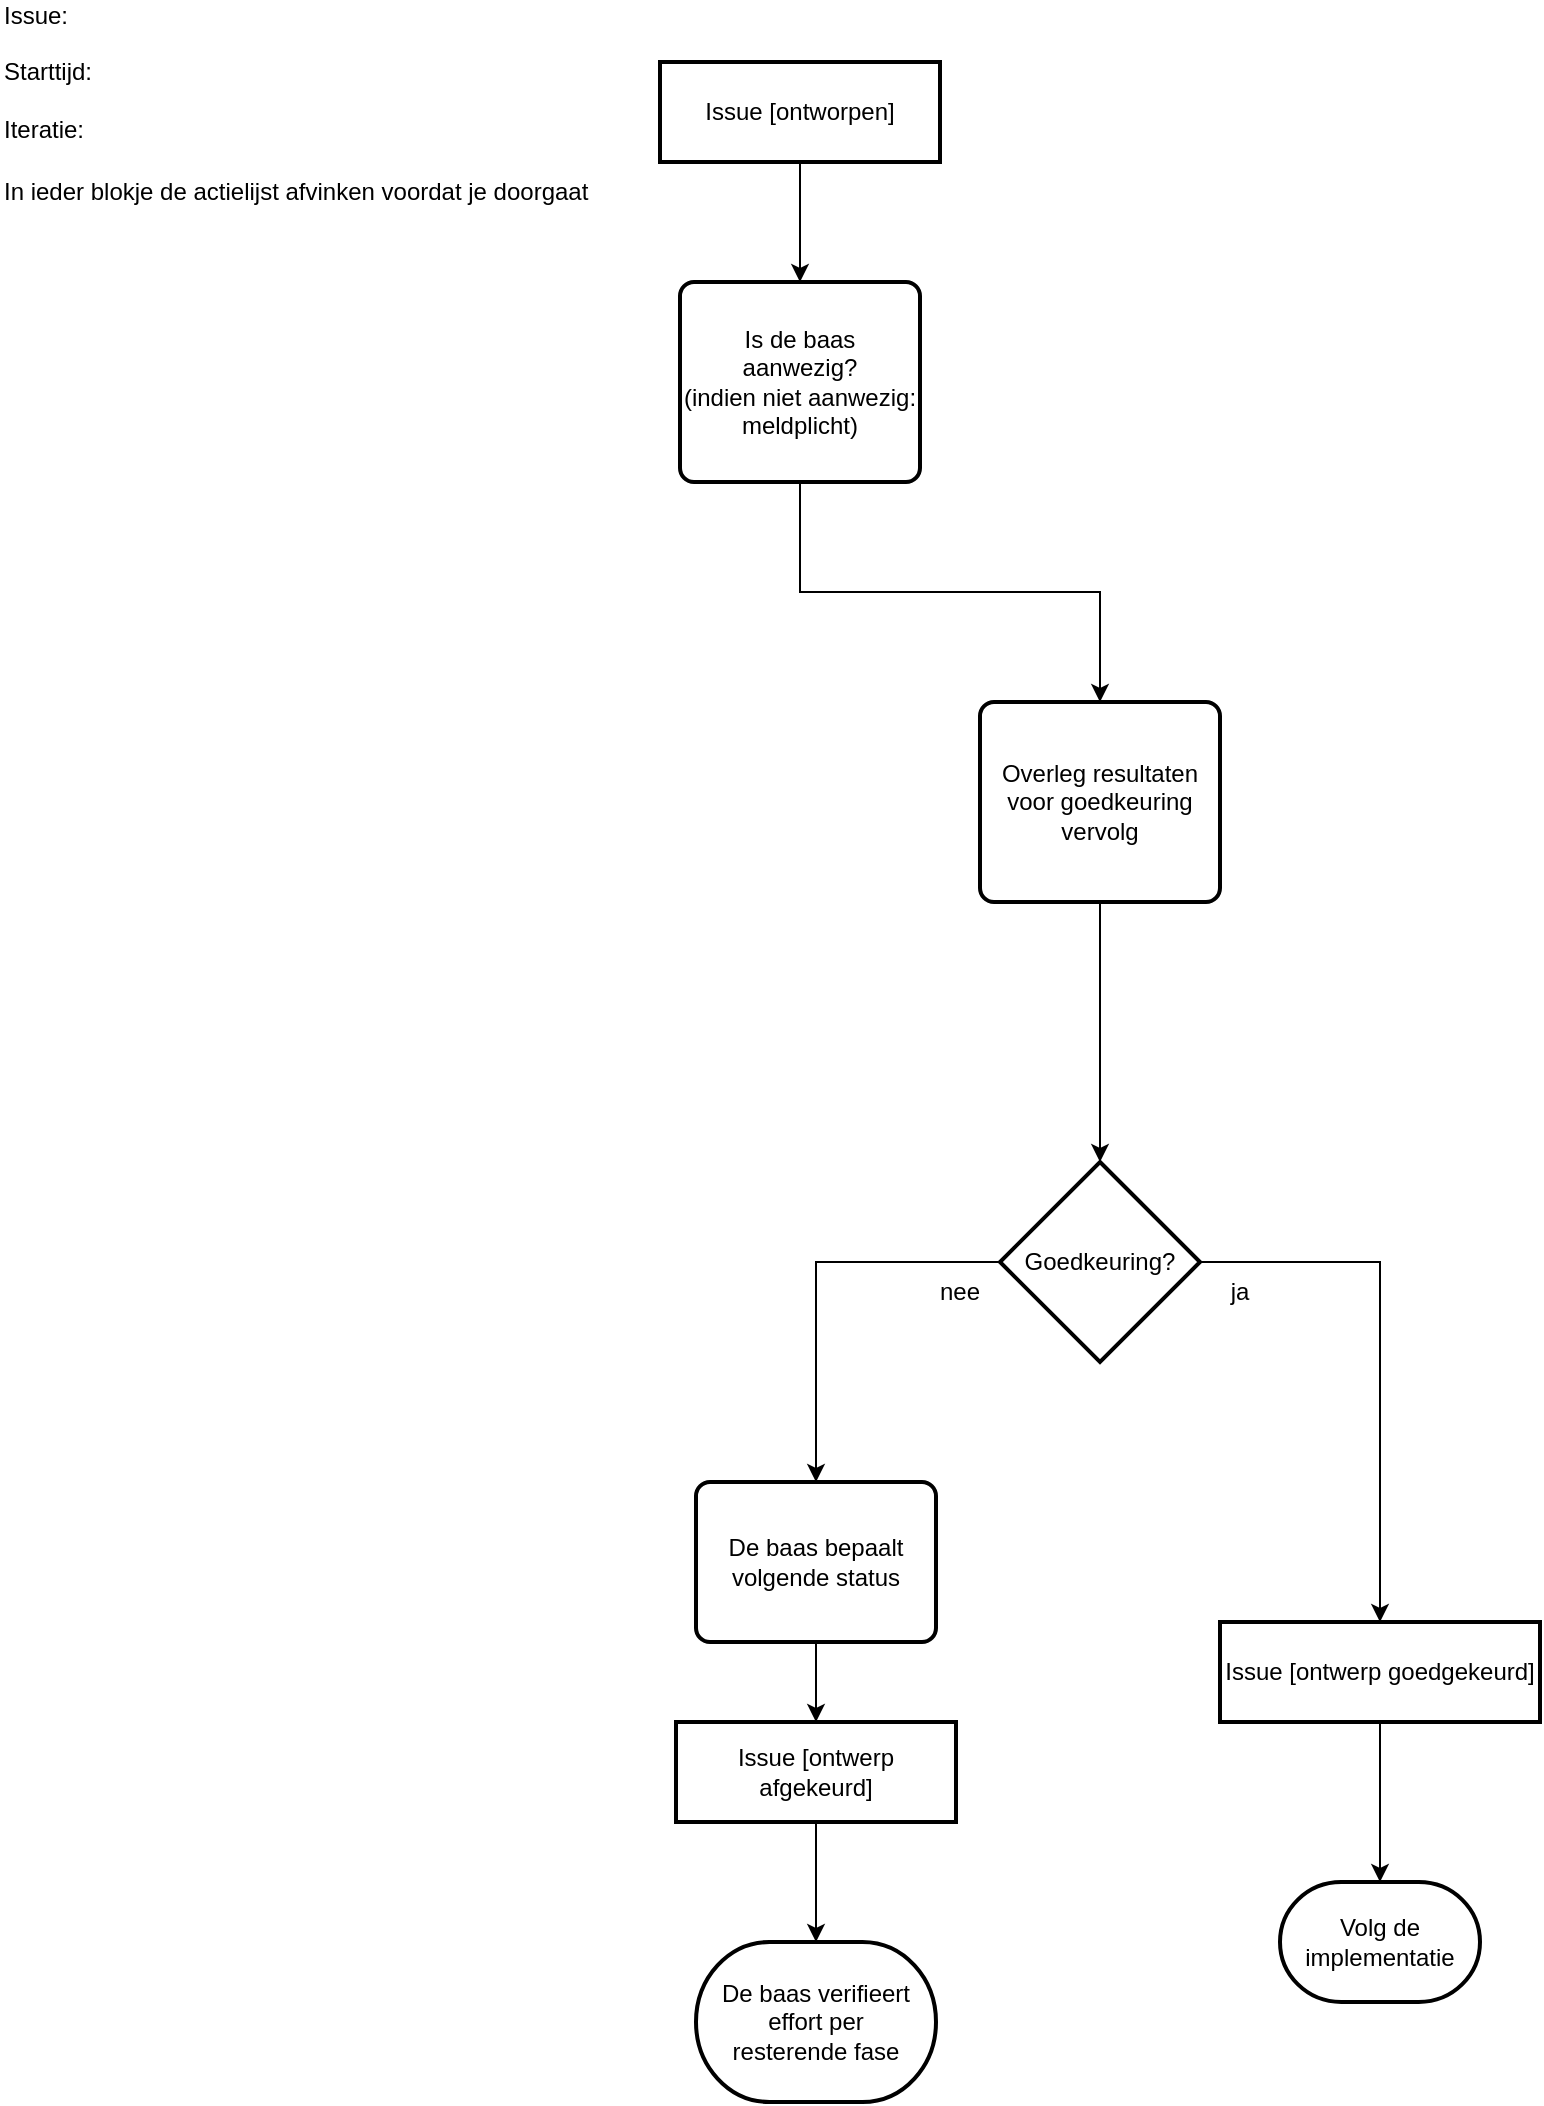
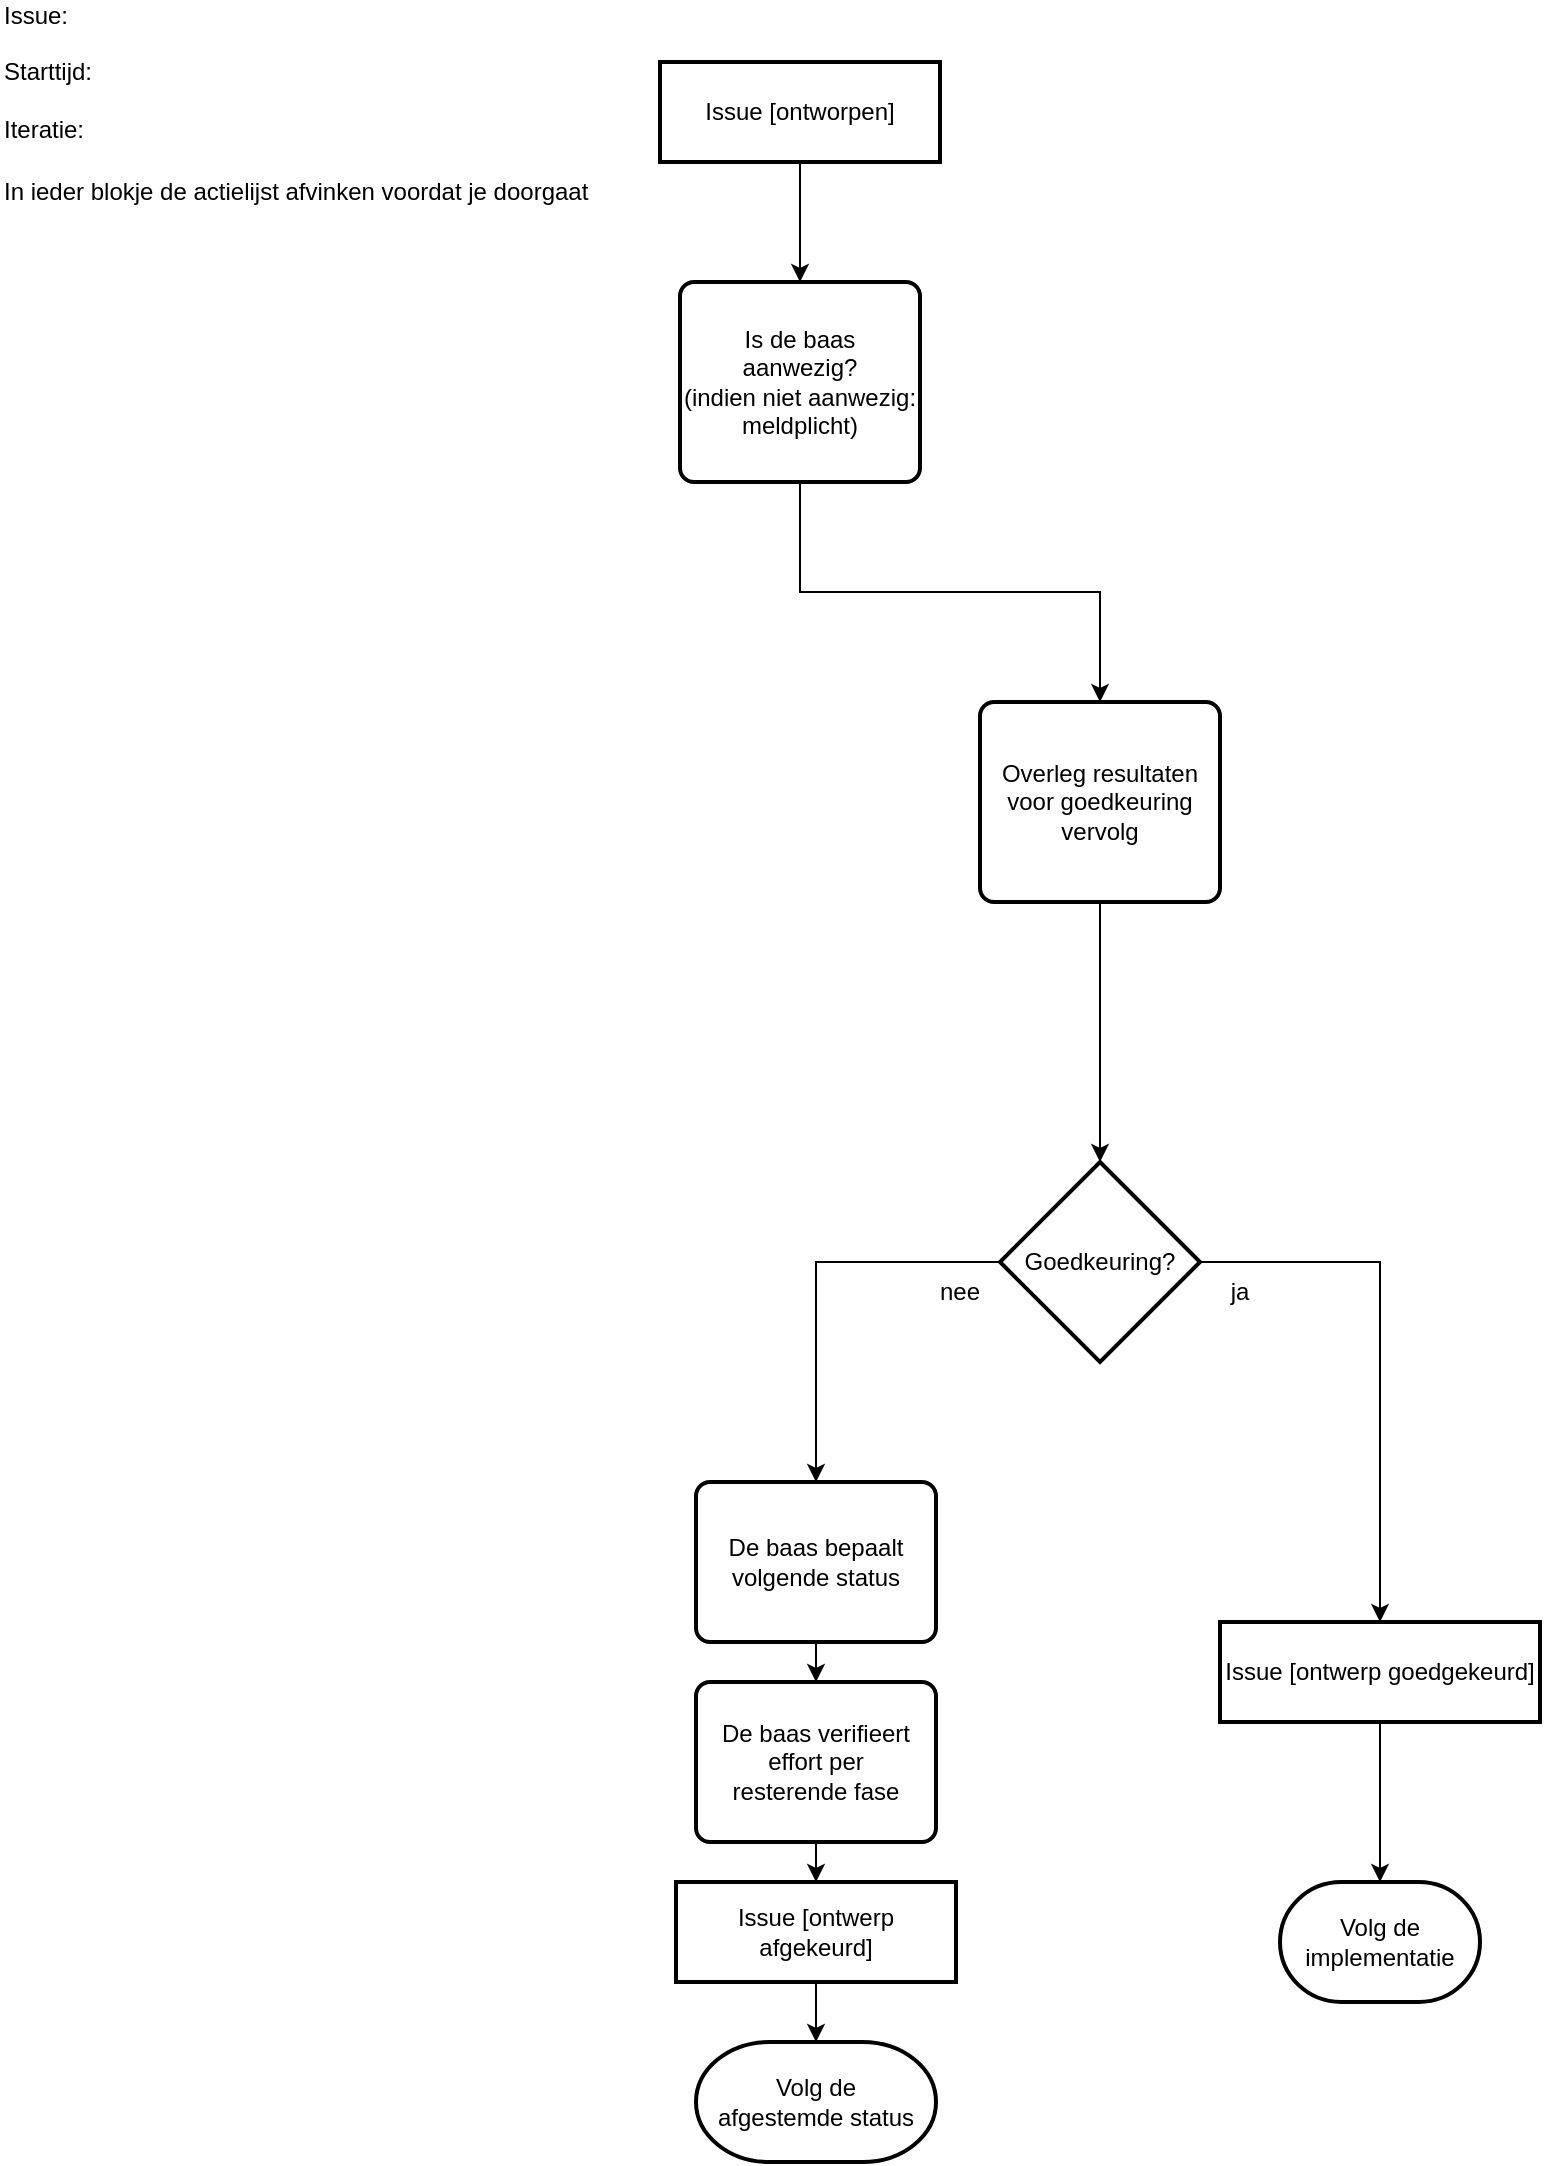
<mxfile host="Electron" agent="Mozilla/5.0 (Windows NT 10.0; Win64; x64) AppleWebKit/537.36 (KHTML, like Gecko) Chrome/143.0.0.0 Safari/537.36">
  <diagram name="Page-1" id="xUmxnnQjNxfceoNyn1dV">
    <mxGraphModel dx="842" dy="576" grid="1" gridSize="10" guides="1" tooltips="1" connect="1" arrows="1" fold="1" page="1" pageScale="1" pageWidth="827" pageHeight="1169" math="0" shadow="0">
      <root>
        <mxCell id="0" />
        <mxCell id="1" parent="0" />
        <object label="Issue [ontworpen]" Action="601" id="bfeaoe4yX_S7tX3q-7-V-26">
          <mxCell parent="1" style="rounded=0;whiteSpace=wrap;html=1;strokeWidth=2;" vertex="1">
            <mxGeometry height="50" width="140" x="340" y="40" as="geometry" />
          </mxCell>
        </object>
        <mxCell id="bfeaoe4yX_S7tX3q-7-V-27" edge="1" parent="1" source="bfeaoe4yX_S7tX3q-7-V-28" style="edgeStyle=orthogonalEdgeStyle;rounded=0;orthogonalLoop=1;jettySize=auto;html=1;exitX=0.5;exitY=1;exitDx=0;exitDy=0;entryX=0.5;entryY=0;entryDx=0;entryDy=0;" target="bfeaoe4yX_S7tX3q-7-V-33">
          <mxGeometry relative="1" as="geometry" />
        </mxCell>
        <object label="Is de baas&lt;br&gt;aanwezig?&lt;br&gt;(indien niet aanwezig:&lt;br&gt;meldplicht)" Action="602" id="bfeaoe4yX_S7tX3q-7-V-28">
          <mxCell parent="1" style="rounded=1;whiteSpace=wrap;html=1;absoluteArcSize=1;arcSize=14;strokeWidth=2;" vertex="1">
            <mxGeometry height="100" width="120" x="350" y="150" as="geometry" />
          </mxCell>
        </object>
        <mxCell id="bfeaoe4yX_S7tX3q-7-V-32" edge="1" parent="1" source="bfeaoe4yX_S7tX3q-7-V-33" style="edgeStyle=orthogonalEdgeStyle;rounded=0;orthogonalLoop=1;jettySize=auto;html=1;exitX=0.5;exitY=1;exitDx=0;exitDy=0;entryX=0.5;entryY=0;entryDx=0;entryDy=0;entryPerimeter=0;" target="bfeaoe4yX_S7tX3q-7-V-37">
          <mxGeometry relative="1" as="geometry" />
        </mxCell>
        <object label="Overleg resultaten&lt;br&gt;voor goedkeuring&lt;br&gt;vervolg" Action="604" id="bfeaoe4yX_S7tX3q-7-V-33">
          <mxCell parent="1" style="rounded=1;whiteSpace=wrap;html=1;absoluteArcSize=1;arcSize=14;strokeWidth=2;" vertex="1">
            <mxGeometry height="100" width="120" x="500" y="360" as="geometry" />
          </mxCell>
        </object>
        <object label="Goedkeuring?" Action="606" id="bfeaoe4yX_S7tX3q-7-V-37">
          <mxCell parent="1" style="strokeWidth=2;html=1;shape=mxgraph.flowchart.decision;whiteSpace=wrap;" vertex="1">
            <mxGeometry height="100" width="100" x="510" y="590" as="geometry" />
          </mxCell>
        </object>
        <object label="Volg de&lt;br&gt;implementatie" Action="606T" id="bfeaoe4yX_S7tX3q-7-V-38">
          <mxCell parent="1" style="strokeWidth=2;html=1;shape=mxgraph.flowchart.terminator;whiteSpace=wrap;" vertex="1">
            <mxGeometry height="60" width="100" x="650" y="950" as="geometry" />
          </mxCell>
        </object>
        <mxCell id="bfeaoe4yX_S7tX3q-7-V-39" edge="1" parent="1" source="bfeaoe4yX_S7tX3q-7-V-37" style="edgeStyle=orthogonalEdgeStyle;rounded=0;orthogonalLoop=1;jettySize=auto;html=1;exitX=1;exitY=0.5;exitDx=0;exitDy=0;exitPerimeter=0;entryX=0.5;entryY=0;entryDx=0;entryDy=0;" target="object_ontwerp_goedgekeurd">
          <mxGeometry relative="1" as="geometry" />
        </mxCell>
        <object label="Issue [ontwerp goedgekeurd]" id="object_ontwerp_goedgekeurd">
          <mxCell parent="1" style="rounded=0;whiteSpace=wrap;html=1;strokeWidth=2;" vertex="1">
            <mxGeometry height="50" width="160" x="620" y="820" as="geometry" />
          </mxCell>
        </object>
        <mxCell id="edge_goedgekeurd_to_terminator" edge="1" parent="1" source="object_ontwerp_goedgekeurd" style="edgeStyle=orthogonalEdgeStyle;rounded=0;orthogonalLoop=1;jettySize=auto;html=1;" target="bfeaoe4yX_S7tX3q-7-V-38" value="">
          <mxGeometry relative="1" as="geometry" />
        </mxCell>
        <mxCell id="bfeaoe4yX_S7tX3q-7-V-40" parent="1" style="text;html=1;whiteSpace=wrap;strokeColor=none;fillColor=none;align=center;verticalAlign=middle;rounded=0;" value="ja" vertex="1">
          <mxGeometry height="30" width="60" x="600" y="640" as="geometry" />
        </mxCell>
        <object label="De baas bepaalt&lt;br&gt;volgende status" Action="606F" id="bfeaoe4yX_S7tX3q-7-V-41">
          <mxCell parent="1" style="rounded=1;whiteSpace=wrap;html=1;absoluteArcSize=1;arcSize=14;strokeWidth=2;" vertex="1">
            <mxGeometry height="80" width="120" x="358" y="750" as="geometry" />
          </mxCell>
        </object>
        <mxCell id="bfeaoe4yX_S7tX3q-7-V-42" edge="1" parent="1" source="bfeaoe4yX_S7tX3q-7-V-37" style="edgeStyle=orthogonalEdgeStyle;rounded=0;orthogonalLoop=1;jettySize=auto;html=1;exitX=0;exitY=0.5;exitDx=0;exitDy=0;exitPerimeter=0;entryX=0.5;entryY=0;entryDx=0;entryDy=0;" target="bfeaoe4yX_S7tX3q-7-V-41">
          <mxGeometry relative="1" as="geometry" />
        </mxCell>
        <mxCell id="bfeaoe4yX_S7tX3q-7-V-43" parent="1" style="text;html=1;whiteSpace=wrap;strokeColor=none;fillColor=none;align=center;verticalAlign=middle;rounded=0;" value="nee" vertex="1">
          <mxGeometry height="30" width="60" x="460" y="640" as="geometry" />
        </mxCell>
        <mxCell id="bfeaoe4yX_S7tX3q-7-V-44" parent="1" style="text;html=1;align=left;verticalAlign=middle;whiteSpace=wrap;rounded=0;" value="Issue:&amp;nbsp; &amp;nbsp;&lt;br&gt;&lt;br&gt;Starttijd:&lt;br&gt;&lt;br&gt;Iteratie:&amp;nbsp;" vertex="1">
          <mxGeometry height="30" width="60" x="10" y="30" as="geometry" />
        </mxCell>
        <mxCell id="bfeaoe4yX_S7tX3q-7-V-45" edge="1" parent="1" source="bfeaoe4yX_S7tX3q-7-V-26" style="edgeStyle=orthogonalEdgeStyle;rounded=0;orthogonalLoop=1;jettySize=auto;html=1;exitX=0.5;exitY=1;exitDx=0;exitDy=0;exitPerimeter=0;entryX=0.5;entryY=0;entryDx=0;entryDy=0;" target="bfeaoe4yX_S7tX3q-7-V-28">
          <mxGeometry relative="1" as="geometry" />
        </mxCell>
        <mxCell id="bfeaoe4yX_S7tX3q-7-V-46" parent="1" style="text;html=1;whiteSpace=wrap;strokeColor=none;fillColor=none;align=left;verticalAlign=middle;rounded=0;labelPosition=center;verticalLabelPosition=middle;" value="In ieder blokje de actielijst afvinken voordat je doorgaat" vertex="1">
          <mxGeometry height="30" width="300" x="10" y="90" as="geometry" />
        </mxCell>
        <object label="De baas verifieert&lt;br&gt;effort per&lt;br&gt;resterende fase" Action="606G" id="bfeaoe4yX_S7tX3q-7-V-51">
-           <mxCell parent="1" style="strokeWidth=2;html=1;shape=mxgraph.flowchart.terminator;whiteSpace=wrap;" vertex="1">
-             <mxGeometry height="80" width="120" x="358" y="980" as="geometry" />
+           <mxCell parent="1" style="rounded=1;whiteSpace=wrap;html=1;absoluteArcSize=1;arcSize=14;strokeWidth=2;" vertex="1">
+             <mxGeometry height="80" width="120" x="358" y="850" as="geometry" />
          </mxCell>
        </object>
-         <mxCell id="bfeaoe4yX_S7tX3q-7-V-52" edge="1" parent="1" source="bfeaoe4yX_S7tX3q-7-V-41" style="edgeStyle=orthogonalEdgeStyle;rounded=0;orthogonalLoop=1;jettySize=auto;html=1;exitX=0.5;exitY=1;exitDx=0;exitDy=0;entryX=0.5;entryY=0;entryDx=0;entryDy=0;" target="object_ontwerp_afgekeurd">
+         <mxCell id="bfeaoe4yX_S7tX3q-7-V-52" edge="1" parent="1" source="bfeaoe4yX_S7tX3q-7-V-41" style="edgeStyle=orthogonalEdgeStyle;rounded=0;orthogonalLoop=1;jettySize=auto;html=1;exitX=0.5;exitY=1;exitDx=0;exitDy=0;entryX=0.5;entryY=0;entryDx=0;entryDy=0;" target="bfeaoe4yX_S7tX3q-7-V-51">
          <mxGeometry relative="1" as="geometry" />
        </mxCell>
        <object label="Issue [ontwerp afgekeurd]" id="object_ontwerp_afgekeurd">
          <mxCell parent="1" style="rounded=0;whiteSpace=wrap;html=1;strokeWidth=2;" vertex="1">
-             <mxGeometry height="50" width="140" x="348" y="870" as="geometry" />
+             <mxGeometry height="50" width="140" x="348" y="950" as="geometry" />
          </mxCell>
        </object>
-         <mxCell id="edge_afgekeurd_to_terminator" edge="1" parent="1" source="object_ontwerp_afgekeurd" style="edgeStyle=orthogonalEdgeStyle;rounded=0;orthogonalLoop=1;jettySize=auto;html=1;" target="bfeaoe4yX_S7tX3q-7-V-51" value="">
+         <mxCell id="edge_verifieert_to_afgekeurd" edge="1" parent="1" source="bfeaoe4yX_S7tX3q-7-V-51" style="edgeStyle=orthogonalEdgeStyle;rounded=0;orthogonalLoop=1;jettySize=auto;html=1;exitX=0.5;exitY=1;exitDx=0;exitDy=0;entryX=0.5;entryY=0;entryDx=0;entryDy=0;" target="object_ontwerp_afgekeurd" value="">
+           <mxGeometry relative="1" as="geometry" />
+         </mxCell>
+         <object label="Volg de&lt;br&gt;afgestemde status" Action="606H" id="terminator_volg_afgestemde_status">
+           <mxCell parent="1" style="strokeWidth=2;html=1;shape=mxgraph.flowchart.terminator;whiteSpace=wrap;" vertex="1">
+             <mxGeometry height="60" width="120" x="358" y="1030" as="geometry" />
+           </mxCell>
+         </object>
+         <mxCell id="edge_afgekeurd_to_volg" edge="1" parent="1" source="object_ontwerp_afgekeurd" style="edgeStyle=orthogonalEdgeStyle;rounded=0;orthogonalLoop=1;jettySize=auto;html=1;exitX=0.5;exitY=1;exitDx=0;exitDy=0;entryX=0.5;entryY=0;entryDx=0;entryDy=0;" target="terminator_volg_afgestemde_status" value="">
          <mxGeometry relative="1" as="geometry" />
        </mxCell>
      </root>
    </mxGraphModel>
  </diagram>
</mxfile>
